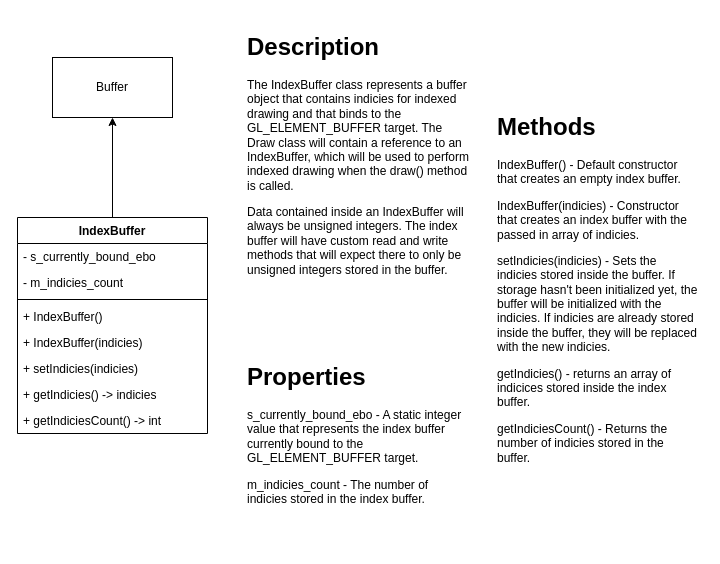
Earlier version of the draw.io diagram docs/IndexBuffer.drawio (LowFire/blazer3d). Source tidied: cells renumbered, new cells numbered last; positions are measured from the earlier drawing's top-left corner, leaving out a move shared by most shapes. Both pictures are drawn from the tidied source at 100%, with x=0, y=0 at pixel (17, 27).
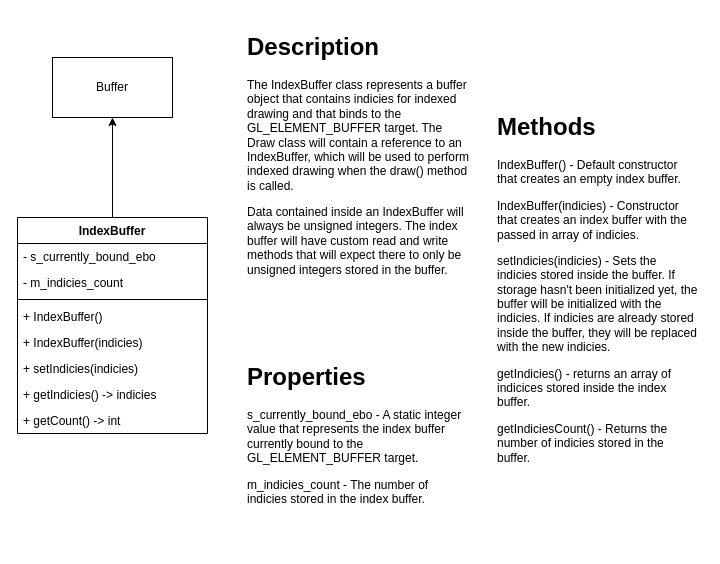
After the change.

Change to the diagram source:
```diff
@@
 <mxGraphModel>
   <root>
     <mxCell id="0" />
     <mxCell id="1" parent="0" />
     <mxCell id="2" value="Buffer" style="rounded=0;whiteSpace=wrap;html=1;" parent="1" vertex="1">
       <mxGeometry x="35" y="30" width="120" height="60" as="geometry" />
     </mxCell>
     <mxCell id="3" value="IndexBuffer" style="swimlane;fontStyle=1;align=center;verticalAlign=top;horizontal=1;startSize=26;" parent="1" vertex="1">
       <mxGeometry y="190" width="190" height="216" as="geometry" />
     </mxCell>
     <mxCell id="4" value="- s_currently_bound_ebo" style="text;strokeColor=none;fillColor=none;align=left;verticalAlign=top;spacingLeft=4;spacingRight=4;overflow=hidden;" parent="3" vertex="1">
       <mxGeometry y="26" width="190" height="26" as="geometry" />
     </mxCell>
     <mxCell id="5" value="- m_indicies_count" style="text;strokeColor=none;fillColor=none;align=left;verticalAlign=top;spacingLeft=4;spacingRight=4;overflow=hidden;" parent="3" vertex="1">
       <mxGeometry y="52" width="190" height="26" as="geometry" />
     </mxCell>
     <mxCell id="6" style="line;strokeWidth=1;fillColor=none;align=left;verticalAlign=middle;spacingTop=-1;spacingLeft=3;spacingRight=3;labelPosition=right;" parent="3" vertex="1">
       <mxGeometry y="78" width="190" height="8" as="geometry" />
     </mxCell>
     <mxCell id="7" value="+ IndexBuffer()" style="text;strokeColor=none;fillColor=none;align=left;verticalAlign=top;spacingLeft=4;spacingRight=4;overflow=hidden;" parent="3" vertex="1">
       <mxGeometry y="86" width="190" height="26" as="geometry" />
     </mxCell>
     <mxCell id="8" value="+ IndexBuffer(indicies)" style="text;strokeColor=none;fillColor=none;align=left;verticalAlign=top;spacingLeft=4;spacingRight=4;overflow=hidden;" parent="3" vertex="1">
       <mxGeometry y="112" width="190" height="26" as="geometry" />
     </mxCell>
     <mxCell id="9" value="+ setIndicies(indicies)" style="text;strokeColor=none;fillColor=none;align=left;verticalAlign=top;spacingLeft=4;spacingRight=4;overflow=hidden;" parent="3" vertex="1">
       <mxGeometry y="138" width="190" height="26" as="geometry" />
     </mxCell>
     <mxCell id="10" value="+ getIndicies() -&gt; indicies" style="text;strokeColor=none;fillColor=none;align=left;verticalAlign=top;spacingLeft=4;spacingRight=4;overflow=hidden;" parent="3" vertex="1">
       <mxGeometry y="164" width="190" height="26" as="geometry" />
     </mxCell>
-    <mxCell id="11" value="+ getIndiciesCount() -&gt; int" style="text;strokeColor=none;fillColor=none;align=left;verticalAlign=top;spacingLeft=4;spacingRight=4;overflow=hidden;" parent="3" vertex="1">
+    <mxCell id="11" value="+ getCount() -&gt; int" style="text;strokeColor=none;fillColor=none;align=left;verticalAlign=top;spacingLeft=4;spacingRight=4;overflow=hidden;" parent="3" vertex="1">
       <mxGeometry y="190" width="190" height="26" as="geometry" />
     </mxCell>
     <mxCell id="12" style="endArrow=classic;html=1;" parent="1" edge="1" source="3" target="2">
       <mxGeometry relative="1" as="geometry" />
     </mxCell>
     <mxCell id="13" value="&lt;h1&gt;Description&lt;/h1&gt;&lt;p&gt;The IndexBuffer class represents a buffer object that contains indicies for indexed drawing and that binds to the GL_ELEMENT_BUFFER target. The Draw class will contain a reference to an IndexBuffer, which will be used to perform indexed drawing when the draw() method is called.&lt;/p&gt;&lt;p&gt;Data contained inside an IndexBuffer will always be unsigned integers. The index buffer will have custom read and write methods that will expect there to only be unsigned integers stored in the buffer.&lt;/p&gt;" style="text;html=1;strokeColor=none;fillColor=none;spacing=5;spacingTop=-20;whiteSpace=wrap;overflow=hidden;rounded=0;" parent="1" vertex="1">
       <mxGeometry x="225" width="230" height="280" as="geometry" />
     </mxCell>
     <mxCell id="14" value="&lt;h1&gt;Properties&lt;/h1&gt;&lt;p&gt;s_currently_bound_ebo - A static integer value that represents the index buffer currently bound to the GL_ELEMENT_BUFFER target.&lt;/p&gt;&lt;p&gt;m_indicies_count - The number of indicies stored in the index buffer.&lt;/p&gt;" style="text;html=1;strokeColor=none;fillColor=none;spacing=5;spacingTop=-20;whiteSpace=wrap;overflow=hidden;rounded=0;" parent="1" vertex="1">
       <mxGeometry x="225" y="330" width="225" height="190" as="geometry" />
     </mxCell>
     <mxCell id="15" value="&lt;h1&gt;Methods&lt;/h1&gt;&lt;p&gt;IndexBuffer() - Default constructor that creates an empty index buffer.&lt;/p&gt;&lt;p&gt;IndexBuffer(indicies) - Constructor that creates an index buffer with the passed in array of indicies.&lt;/p&gt;&lt;p&gt;setIndicies(indicies) - Sets the indicies stored inside the buffer. If storage hasn't been initialized yet, the buffer will be initialized with the indicies. If indicies are already stored inside the buffer, they will be replaced with the new indicies.&lt;/p&gt;&lt;p&gt;getIndicies() - returns an array of indicices stored inside the index buffer.&lt;/p&gt;&lt;p&gt;getIndiciesCount() - Returns the number of indicies stored in the buffer.&lt;/p&gt;" style="text;html=1;strokeColor=none;fillColor=none;spacing=5;spacingTop=-20;whiteSpace=wrap;overflow=hidden;rounded=0;" parent="1" vertex="1">
       <mxGeometry x="475" y="80" width="210" height="360" as="geometry" />
     </mxCell>
   </root>
 </mxGraphModel>
```
